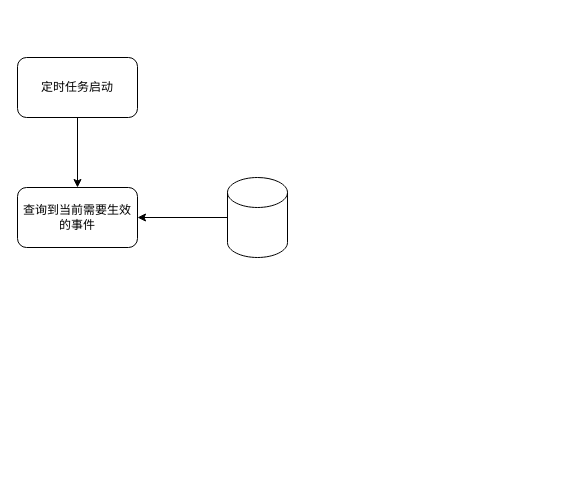
Hia-Hia/A-note keeps this draw.io diagram as 未命名绘图.drawio. Above is the earlier version. Source tidied: cells renumbered, new cells numbered last; positions are measured from the earlier drawing's top-left corner, leaving out a move shared by most shapes. Both pictures are drawn from the tidied source at 100%, with x=0, y=0 at pixel (17, 57).
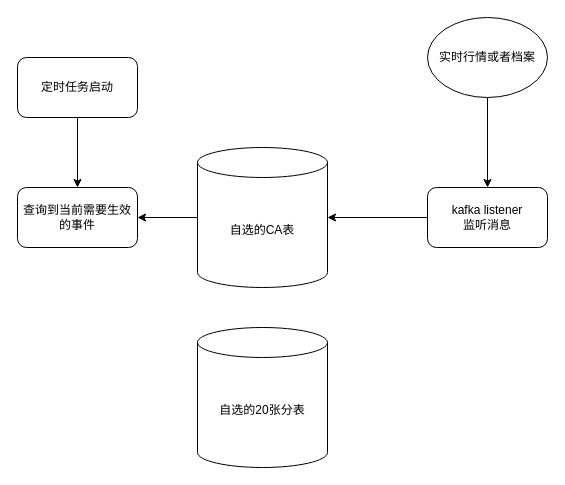
The same diagram, later.

Commit message (it also covers changes not shown here):
更新未命名绘图.drawio

Change to the diagram source:
```diff
@@
 <mxGraphModel>
   <root>
     <mxCell id="0" />
     <mxCell id="1" parent="0" />
     <mxCell id="2" style="edgeStyle=orthogonalEdgeStyle;rounded=0;jettySize=auto;html=1;" parent="1" edge="1" source="3" target="4">
       <mxGeometry relative="1" as="geometry" />
     </mxCell>
     <mxCell id="3" value="定时任务启动" style="rounded=1;whiteSpace=wrap;html=1;" parent="1" vertex="1">
       <mxGeometry width="120" height="60" as="geometry" />
     </mxCell>
     <mxCell id="4" value="查询到当前需要生效的事件" style="rounded=1;whiteSpace=wrap;html=1;" parent="1" vertex="1">
       <mxGeometry y="130" width="120" height="60" as="geometry" />
     </mxCell>
     <mxCell id="5" style="edgeStyle=orthogonalEdgeStyle;rounded=0;jettySize=auto;html=1;" parent="1" edge="1" source="6" target="4">
       <mxGeometry relative="1" as="geometry" />
     </mxCell>
-    <mxCell id="6" style="shape=cylinder3;whiteSpace=wrap;html=1;boundedLbl=1;backgroundOutline=1;size=15;" parent="1" vertex="1">
-      <mxGeometry x="210" y="120" width="60" height="80" as="geometry" />
+    <mxCell id="6" value="自选的CA表" style="shape=cylinder3;whiteSpace=wrap;html=1;boundedLbl=1;backgroundOutline=1;size=15;" parent="1" vertex="1">
+      <mxGeometry x="180" y="90" width="130" height="140" as="geometry" />
     </mxCell>
+    <mxCell id="7" style="edgeStyle=orthogonalEdgeStyle;rounded=0;jettySize=auto;html=1;" parent="1" edge="1" source="8" target="6">
+      <mxGeometry relative="1" as="geometry" />
+    </mxCell>
+    <mxCell id="8" value="kafka listener&lt;div&gt;监听消息&lt;/div&gt;" style="rounded=1;whiteSpace=wrap;html=1;" parent="1" vertex="1">
+      <mxGeometry x="410" y="130" width="120" height="60" as="geometry" />
+    </mxCell>
+    <mxCell id="9" style="edgeStyle=orthogonalEdgeStyle;rounded=0;jettySize=auto;html=1;" parent="1" edge="1" source="10" target="8">
+      <mxGeometry relative="1" as="geometry" />
+    </mxCell>
+    <mxCell id="10" value="实时行情或者档案" style="ellipse;whiteSpace=wrap;html=1;" parent="1" vertex="1">
+      <mxGeometry x="410" y="-40" width="120" height="80" as="geometry" />
+    </mxCell>
+    <mxCell id="11" value="自选的20张分表" style="shape=cylinder3;whiteSpace=wrap;html=1;boundedLbl=1;backgroundOutline=1;size=15;" parent="1" vertex="1">
+      <mxGeometry x="180" y="270" width="130" height="140" as="geometry" />
+    </mxCell>
   </root>
 </mxGraphModel>
```
